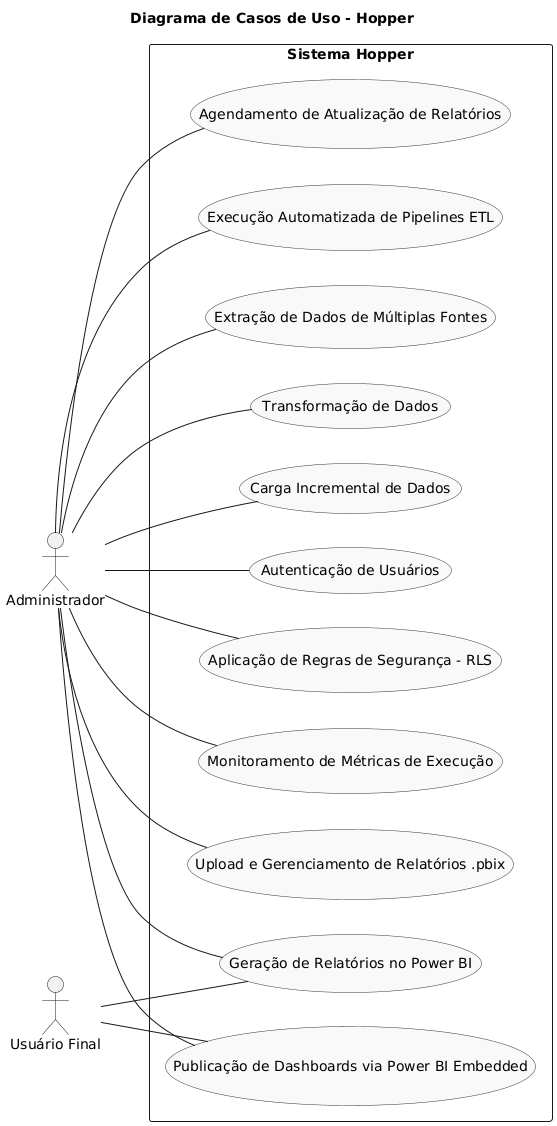
Above: docs/images/Hopper_Casos_de_Uso.png in until99/hopper (PlantUML), before the change.
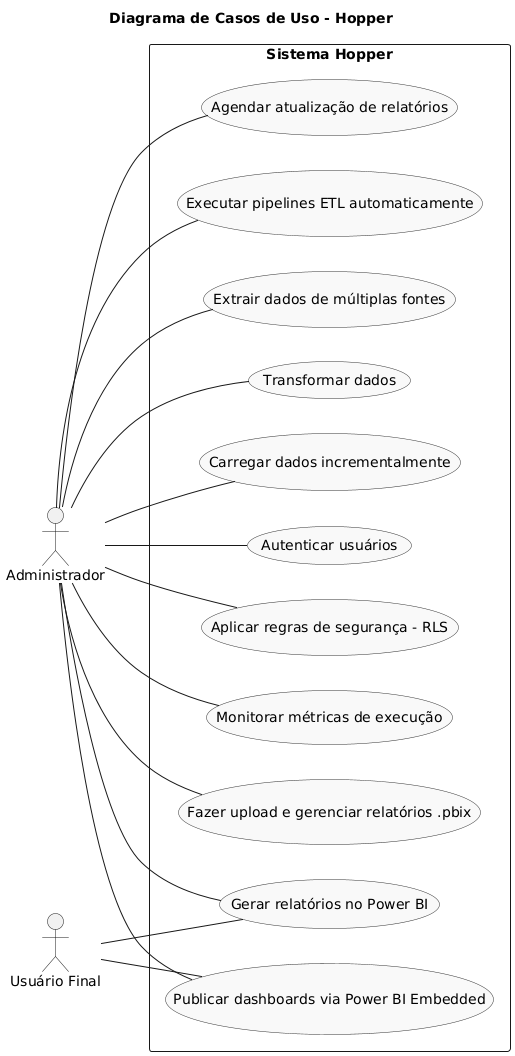
Above is the later version.

Commit message:
Refactor README and update use case diagrams for Hopper project

What changed in the source:
```diff
@@ -14,31 +14,31 @@
 actor "Usuário Final" as Usuario
 
 rectangle "Sistema Hopper" {
-  (Execução Automatizada de Pipelines ETL)
-  (Extração de Dados de Múltiplas Fontes)
-  (Transformação de Dados)
-  (Carga Incremental de Dados)
-  (Geração de Relatórios no Power BI)
-  (Autenticação de Usuários)
-  ("Aplicação de Regras de Segurança - RLS")
-  (Publicação de Dashboards via Power BI Embedded)
-  (Monitoramento de Métricas de Execução)
-  ("Upload e Gerenciamento de Relatórios .pbix")
-  (Agendamento de Atualização de Relatórios)
+  (Executar pipelines ETL automaticamente)
+  (Extrair dados de múltiplas fontes)
+  (Transformar dados)
+  (Carregar dados incrementalmente)
+  (Gerar relatórios no Power BI)
+  (Autenticar usuários)
+  (Aplicar regras de segurança - RLS)
+  (Publicar dashboards via Power BI Embedded)
+  (Monitorar métricas de execução)
+  (Fazer upload e gerenciar relatórios .pbix)
+  (Agendar atualização de relatórios)
 
-  Administrador -- (Execução Automatizada de Pipelines ETL)
-  Administrador -- (Extração de Dados de Múltiplas Fontes)
-  Administrador -- (Transformação de Dados)
-  Administrador -- (Carga Incremental de Dados)
-  Administrador -- (Geração de Relatórios no Power BI)
-  Administrador -- (Autenticação de Usuários)
-  Administrador -- ("Aplicação de Regras de Segurança - RLS")
-  Administrador -- (Publicação de Dashboards via Power BI Embedded)
-  Administrador -- (Monitoramento de Métricas de Execução)
-  Administrador -- ("Upload e Gerenciamento de Relatórios .pbix")
-  Administrador -- (Agendamento de Atualização de Relatórios)
+  Administrador -- (Executar pipelines ETL automaticamente)
+  Administrador -- (Extrair dados de múltiplas fontes)
+  Administrador -- (Transformar dados)
+  Administrador -- (Carregar dados incrementalmente)
+  Administrador -- (Gerar relatórios no Power BI)
+  Administrador -- (Autenticar usuários)
+  Administrador -- (Aplicar regras de segurança - RLS)
+  Administrador -- (Publicar dashboards via Power BI Embedded)
+  Administrador -- (Monitorar métricas de execução)
+  Administrador -- (Fazer upload e gerenciar relatórios .pbix)
+  Administrador -- (Agendar atualização de relatórios)
 
-    Usuario -- (Geração de Relatórios no Power BI)
-    Usuario -- (Publicação de Dashboards via Power BI Embedded)
-  }
+  Usuario -- (Gerar relatórios no Power BI)
+  Usuario -- (Publicar dashboards via Power BI Embedded)
+}
 @enduml
```
